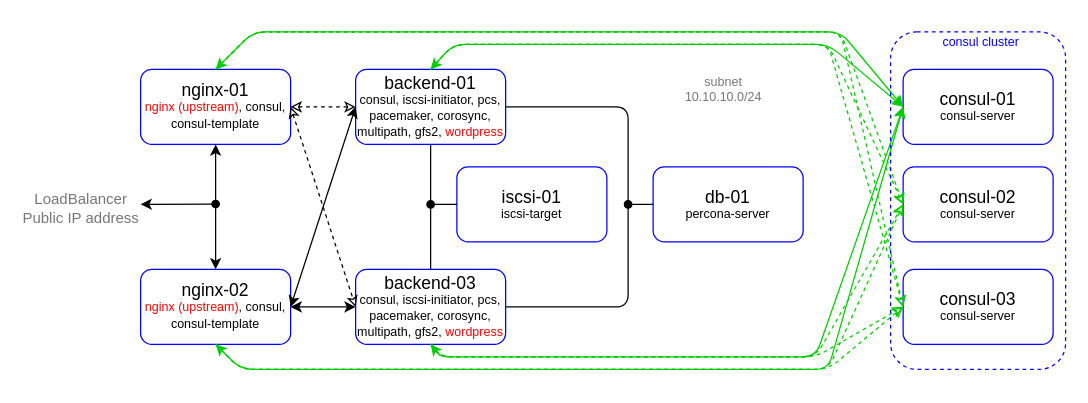
Before: pics/infra.drawio in AlexanderSerg-jun/lab-10, a draw.io diagram. Source tidied: cells renumbered, new cells numbered last; positions are measured from the earlier drawing's top-left corner, leaving out a move shared by most shapes. Both pictures are drawn from the tidied source at 125%, with x=0, y=0 at pixel (80, 31).
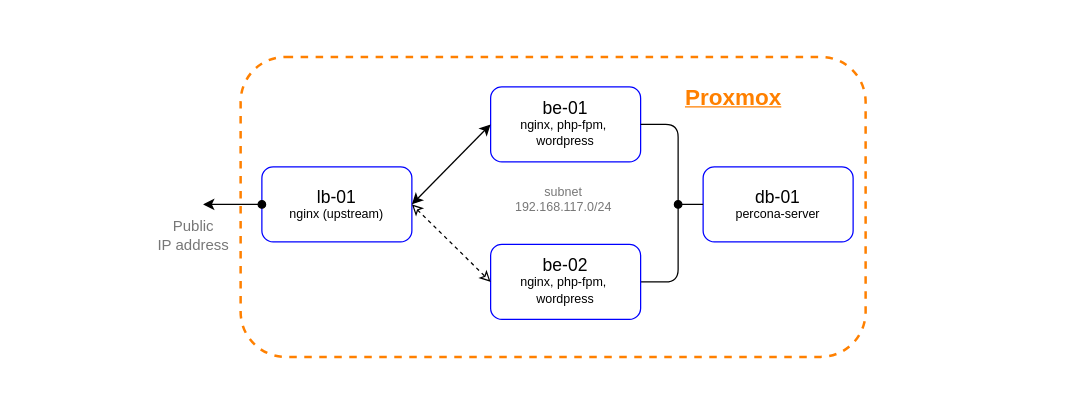
After the change.

Diff of the diagram source:
```diff
@@
+    <mxCell id="38" style="rounded=1;whiteSpace=wrap;html=1;fillColor=none;dashed=1;strokeColor=#FF8000;strokeWidth=2;perimeterSpacing=0;" parent="1" vertex="1">
+      <mxGeometry x="128" y="20" width="500" height="240" as="geometry" />
+    </mxCell>
     <mxCell id="2" value="&lt;p style=&quot;line-height: 100%&quot;&gt;&lt;font&gt;&lt;span style=&quot;font-size: 14px&quot;&gt;db-01&lt;br&gt;&lt;/span&gt;&lt;/font&gt;&lt;span style=&quot;font-size: 10px&quot;&gt;percona-server&lt;/span&gt;&lt;br&gt;&lt;/p&gt;" style="rounded=1;whiteSpace=wrap;html=1;strokeColor=#0000FF;" parent="1" vertex="1">
-      <mxGeometry x="458" y="108" width="120" height="60" as="geometry" />
+      <mxGeometry x="498" y="108" width="120" height="60" as="geometry" />
     </mxCell>
-    <mxCell id="3" value="&lt;p style=&quot;line-height: 100%&quot;&gt;&lt;span style=&quot;font-size: 14px&quot;&gt;backend-01&lt;/span&gt;&lt;br&gt;&lt;span style=&quot;font-size: 10px&quot;&gt;consul, iscsi-initiator, pcs, pacemaker, corosync, multipath, gfs2, &lt;font color=&quot;#ff0000&quot;&gt;wordpress&lt;/font&gt;&lt;/span&gt;&lt;br&gt;&lt;/p&gt;" style="rounded=1;whiteSpace=wrap;html=1;strokeColor=#0000FF;" parent="1" vertex="1">
-      <mxGeometry x="220" y="30" width="120" height="60" as="geometry" />
+    <mxCell id="3" value="&lt;p style=&quot;line-height: 100%&quot;&gt;&lt;span style=&quot;font-size: 14px&quot;&gt;be-01&lt;/span&gt;&lt;br&gt;&lt;span style=&quot;font-size: 10px&quot;&gt;nginx, php-fpm,&amp;nbsp;&lt;br&gt;wordpress&lt;/span&gt;&lt;br&gt;&lt;/p&gt;" style="rounded=1;whiteSpace=wrap;html=1;strokeColor=#0000FF;" parent="1" vertex="1">
+      <mxGeometry x="328" y="44" width="120" height="60" as="geometry" />
     </mxCell>
-    <mxCell id="4" value="&lt;p style=&quot;line-height: 100%&quot;&gt;&lt;span style=&quot;font-size: 14px&quot;&gt;nginx-01&lt;/span&gt;&lt;br&gt;&lt;span style=&quot;font-size: 10px&quot;&gt;&lt;font color=&quot;#ff0000&quot;&gt;nginx (upstream)&lt;/font&gt;, consul, consul-template&lt;/span&gt;&lt;/p&gt;" style="rounded=1;whiteSpace=wrap;html=1;strokeColor=#0000FF;" parent="1" vertex="1">
-      <mxGeometry x="48" y="30" width="120" height="60" as="geometry" />
-    </mxCell>
     <mxCell id="5" style="endArrow=oval;html=1;rounded=0;exitX=0;exitY=0.5;exitDx=0;exitDy=0;startArrow=none;startFill=0;endFill=1;" parent="1" edge="1" source="2">
       <mxGeometry relative="1" as="geometry">
-        <mxPoint x="438" y="138" as="targetPoint" />
+        <mxPoint x="478" y="138" as="targetPoint" />
       </mxGeometry>
     </mxCell>
     <mxCell id="6" style="endArrow=none;html=1;rounded=1;exitX=1;exitY=0.5;exitDx=0;exitDy=0;" parent="1" edge="1" source="8">
       <mxGeometry relative="1" as="geometry">
-        <mxPoint x="438" y="140" as="targetPoint" />
+        <mxPoint x="478" y="140" as="targetPoint" />
         <Array as="points">
-          <mxPoint x="438" y="220" />
+          <mxPoint x="478" y="200" />
         </Array>
       </mxGeometry>
     </mxCell>
     <mxCell id="7" style="endArrow=none;html=1;rounded=1;entryX=1;entryY=0.5;entryDx=0;entryDy=0;" parent="1" edge="1" target="3">
       <mxGeometry relative="1" as="geometry">
-        <mxPoint x="438" y="140" as="sourcePoint" />
+        <mxPoint x="478" y="140" as="sourcePoint" />
         <Array as="points">
-          <mxPoint x="438" y="60" />
+          <mxPoint x="478" y="74" />
         </Array>
       </mxGeometry>
     </mxCell>
-    <mxCell id="8" value="&lt;p style=&quot;line-height: 100%&quot;&gt;&lt;span style=&quot;font-size: 14px&quot;&gt;backend-03&lt;/span&gt;&lt;br&gt;&lt;span style=&quot;font-size: 10px&quot;&gt;consul, iscsi-initiator, pcs, pacemaker, corosync, multipath, gfs2, &lt;font color=&quot;#ff0000&quot;&gt;wordpress&lt;/font&gt;&lt;/span&gt;&lt;br&gt;&lt;/p&gt;" style="rounded=1;whiteSpace=wrap;html=1;strokeColor=#0000FF;" parent="1" vertex="1">
-      <mxGeometry x="220" y="190" width="120" height="60" as="geometry" />
+    <mxCell id="8" value="&lt;p style=&quot;line-height: 100%&quot;&gt;&lt;span style=&quot;font-size: 14px&quot;&gt;be-02&lt;/span&gt;&lt;br&gt;&lt;span style=&quot;font-size: 10px&quot;&gt;nginx, php-fpm,&amp;nbsp;&lt;br&gt;wordpress&lt;/span&gt;&lt;br&gt;&lt;/p&gt;" style="rounded=1;whiteSpace=wrap;html=1;strokeColor=#0000FF;" parent="1" vertex="1">
+      <mxGeometry x="328" y="170" width="120" height="60" as="geometry" />
     </mxCell>
-    <mxCell id="9" value="&lt;font style=&quot;font-size: 10px&quot;&gt;subnet&lt;br&gt;10.10.10.0/24&lt;/font&gt;" style="edgeLabel;html=1;align=center;verticalAlign=middle;fontSize=8;fontColor=#777777;" parent="1" vertex="1">
-      <mxGeometry x="518" y="47" as="geometry">
-        <mxPoint x="-5" y="-2" as="offset" />
+    <mxCell id="9" value="&lt;font style=&quot;font-size: 10px&quot;&gt;subnet&lt;br&gt;192.168.117.0/24&lt;/font&gt;" style="edgeLabel;html=1;align=center;verticalAlign=middle;fontSize=8;fontColor=#777777;" parent="1" vertex="1">
+      <mxGeometry x="388" y="138" as="geometry">
+        <mxPoint x="-3" y="-5" as="offset" />
       </mxGeometry>
     </mxCell>
-    <mxCell id="10" value="&lt;p style=&quot;line-height: 100%&quot;&gt;&lt;span style=&quot;font-size: 14px&quot;&gt;nginx-02&lt;/span&gt;&lt;br&gt;&lt;span style=&quot;font-size: 10px&quot;&gt;&lt;font color=&quot;#ff0000&quot;&gt;nginx (upstream)&lt;/font&gt;, consul, consul-template&lt;/span&gt;&lt;br&gt;&lt;/p&gt;" style="rounded=1;whiteSpace=wrap;html=1;strokeColor=#0000FF;" parent="1" vertex="1">
-      <mxGeometry x="48" y="190" width="120" height="60" as="geometry" />
+    <mxCell id="10" value="&lt;p style=&quot;line-height: 100%&quot;&gt;&lt;span style=&quot;font-size: 14px&quot;&gt;lb-01&lt;/span&gt;&lt;br&gt;&lt;span style=&quot;font-size: 10px&quot;&gt;nginx (upstream)&lt;/span&gt;&lt;br&gt;&lt;/p&gt;" style="rounded=1;whiteSpace=wrap;html=1;strokeColor=#0000FF;" parent="1" vertex="1">
+      <mxGeometry x="145" y="108" width="120" height="60" as="geometry" />
     </mxCell>
-    <mxCell id="11" style="endArrow=classic;startArrow=classic;html=1;exitX=0.5;exitY=0;exitDx=0;exitDy=0;entryX=0.5;entryY=1;entryDx=0;entryDy=0;" parent="1" edge="1" source="10" target="4">
-      <mxGeometry relative="1" as="geometry" />
-    </mxCell>
-    <mxCell id="12" style="endArrow=oval;html=1;startArrow=classic;startFill=1;endFill=1;" parent="1" edge="1">
+    <mxCell id="12" style="endArrow=oval;html=1;startArrow=classic;startFill=1;endFill=1;entryX=0;entryY=0.5;entryDx=0;entryDy=0;" parent="1" edge="1" target="10">
       <mxGeometry relative="1" as="geometry">
-        <mxPoint x="48" y="138" as="sourcePoint" />
-        <mxPoint x="108" y="137.7" as="targetPoint" />
+        <mxPoint x="98" y="138" as="sourcePoint" />
       </mxGeometry>
     </mxCell>
-    <mxCell id="13" style="endArrow=classic;startArrow=classic;html=1;exitX=1;exitY=0.5;exitDx=0;exitDy=0;entryX=0;entryY=0.5;entryDx=0;entryDy=0;" parent="1" edge="1" source="10" target="8">
-      <mxGeometry relative="1" as="geometry" />
-    </mxCell>
@@
-    <mxCell id="15" style="endArrow=classic;dashed=1;html=1;exitX=1;exitY=0.5;exitDx=0;exitDy=0;entryX=0;entryY=0.5;entryDx=0;entryDy=0;startArrow=classic;startFill=0;endFill=0;" parent="1" edge="1" source="4" target="3">
-      <mxGeometry relative="1" as="geometry" />
-    </mxCell>
-    <mxCell id="16" style="endArrow=classic;dashed=1;html=1;exitX=1;exitY=0.5;exitDx=0;exitDy=0;entryX=0;entryY=0.5;entryDx=0;entryDy=0;startArrow=classic;startFill=0;endFill=0;" parent="1" edge="1" source="4" target="8">
+    <mxCell id="16" style="endArrow=classic;dashed=1;html=1;exitX=1;exitY=0.5;exitDx=0;exitDy=0;entryX=0;entryY=0.5;entryDx=0;entryDy=0;startArrow=classic;startFill=0;endFill=0;" parent="1" edge="1" source="10" target="8">
       <mxGeometry relative="1" as="geometry" />
     </mxCell>
-    <mxCell id="17" value="&lt;p style=&quot;line-height: 100%&quot;&gt;&lt;span style=&quot;font-size: 14px&quot;&gt;iscsi-01&lt;/span&gt;&lt;br&gt;&lt;span style=&quot;font-size: 10px&quot;&gt;iscsi-target&lt;/span&gt;&lt;br&gt;&lt;/p&gt;" style="rounded=1;whiteSpace=wrap;html=1;strokeColor=#0000FF;" parent="1" vertex="1">
-      <mxGeometry x="301" y="108" width="120" height="60" as="geometry" />
-    </mxCell>
-    <mxCell id="18" style="endArrow=none;html=1;strokeColor=#000000;exitX=0.5;exitY=0;exitDx=0;exitDy=0;entryX=0.5;entryY=1;entryDx=0;entryDy=0;" parent="1" edge="1" source="8" target="3">
-      <mxGeometry relative="1" as="geometry" />
-    </mxCell>
-    <mxCell id="19" style="endArrow=none;html=1;strokeColor=#000000;entryX=0;entryY=0.5;entryDx=0;entryDy=0;startArrow=oval;startFill=1;" parent="1" edge="1" target="17">
-      <mxGeometry relative="1" as="geometry">
-        <mxPoint x="280" y="138" as="sourcePoint" />
-      </mxGeometry>
-    </mxCell>
-    <mxCell id="20" value="&lt;font style=&quot;font-size: 12px&quot;&gt;LoadBalancer&lt;br&gt;Public IP address&lt;/font&gt;" style="edgeLabel;html=1;align=center;verticalAlign=middle;fontSize=8;fontColor=#777777;" parent="1" vertex="1">
-      <mxGeometry y="138" as="geometry">
+    <mxCell id="20" value="&lt;font style=&quot;font-size: 12px&quot;&gt;Public &lt;br&gt;IP address&lt;/font&gt;" style="edgeLabel;html=1;align=center;verticalAlign=middle;fontSize=8;fontColor=#777777;" parent="1" vertex="1">
+      <mxGeometry x="90" y="160" as="geometry">
         <mxPoint x="-1" y="2" as="offset" />
       </mxGeometry>
     </mxCell>
-    <mxCell id="21" value="&lt;p style=&quot;line-height: 100%&quot;&gt;&lt;font&gt;&lt;span style=&quot;font-size: 14px&quot;&gt;consul-02&lt;br&gt;&lt;/span&gt;&lt;/font&gt;&lt;span style=&quot;font-size: 10px&quot;&gt;consul-server&lt;/span&gt;&lt;/p&gt;" style="rounded=1;whiteSpace=wrap;html=1;strokeColor=#0000FF;" parent="1" vertex="1">
-      <mxGeometry x="658" y="108" width="120" height="60" as="geometry" />
-    </mxCell>
-    <mxCell id="22" value="&lt;p style=&quot;line-height: 100%&quot;&gt;&lt;font&gt;&lt;span style=&quot;font-size: 14px&quot;&gt;consul-01&lt;br&gt;&lt;/span&gt;&lt;/font&gt;&lt;span style=&quot;font-size: 10px&quot;&gt;consul-server&lt;/span&gt;&lt;/p&gt;" style="rounded=1;whiteSpace=wrap;html=1;strokeColor=#0000FF;" parent="1" vertex="1">
-      <mxGeometry x="658" y="30" width="120" height="60" as="geometry" />
-    </mxCell>
-    <mxCell id="23" value="&lt;p style=&quot;line-height: 100%&quot;&gt;&lt;font&gt;&lt;span style=&quot;font-size: 14px&quot;&gt;consul-03&lt;br&gt;&lt;/span&gt;&lt;/font&gt;&lt;span style=&quot;font-size: 10px;&quot;&gt;consul-server&lt;/span&gt;&lt;/p&gt;" style="rounded=1;whiteSpace=wrap;html=1;strokeColor=#0000FF;" parent="1" vertex="1">
-      <mxGeometry x="658" y="190" width="120" height="60" as="geometry" />
-    </mxCell>
-    <mxCell id="24" style="endArrow=classic;html=1;exitX=0.5;exitY=0;exitDx=0;exitDy=0;entryX=0;entryY=0.5;entryDx=0;entryDy=0;strokeColor=#00CC00;startArrow=classic;startFill=1;" parent="1" edge="1" source="4" target="22">
-      <mxGeometry relative="1" as="geometry">
-        <Array as="points">
-          <mxPoint x="138" />
-          <mxPoint x="608" />
-        </Array>
-      </mxGeometry>
-    </mxCell>
-    <mxCell id="25" style="endArrow=classic;html=1;exitX=0.5;exitY=1;exitDx=0;exitDy=0;entryX=0;entryY=0.5;entryDx=0;entryDy=0;strokeColor=#00CC00;startArrow=classic;startFill=1;" parent="1" edge="1" source="10" target="22">
-      <mxGeometry relative="1" as="geometry">
-        <Array as="points">
-          <mxPoint x="128" y="270" />
-          <mxPoint x="598" y="270" />
-        </Array>
-      </mxGeometry>
-    </mxCell>
-    <mxCell id="26" style="endArrow=classic;html=1;exitX=0.5;exitY=0;exitDx=0;exitDy=0;strokeColor=#00CC00;entryX=0;entryY=0.5;entryDx=0;entryDy=0;startArrow=classic;startFill=1;" parent="1" edge="1" source="3" target="22">
-      <mxGeometry relative="1" as="geometry">
-        <Array as="points">
-          <mxPoint x="298" y="10" />
-          <mxPoint x="598" y="10" />
-        </Array>
-      </mxGeometry>
-    </mxCell>
-    <mxCell id="27" style="endArrow=classic;html=1;exitX=0.5;exitY=1;exitDx=0;exitDy=0;strokeColor=#00CC00;entryX=0;entryY=0.5;entryDx=0;entryDy=0;startArrow=classic;startFill=1;" parent="1" edge="1" source="8" target="22">
-      <mxGeometry relative="1" as="geometry">
-        <Array as="points">
-          <mxPoint x="288" y="260" />
-          <mxPoint x="588" y="260" />
-        </Array>
-      </mxGeometry>
-    </mxCell>
-    <mxCell id="28" style="endArrow=classic;html=1;exitX=0.5;exitY=0;exitDx=0;exitDy=0;entryX=0;entryY=0.5;entryDx=0;entryDy=0;strokeColor=#00CC00;dashed=1;endFill=0;" parent="1" edge="1" target="21">
-      <mxGeometry relative="1" as="geometry">
-        <mxPoint x="108" y="30" as="sourcePoint" />
-        <Array as="points">
-          <mxPoint x="138" />
-          <mxPoint x="608" />
-        </Array>
-      </mxGeometry>
-    </mxCell>
-    <mxCell id="29" style="endArrow=classic;html=1;exitX=0.5;exitY=0;exitDx=0;exitDy=0;entryX=0;entryY=0.5;entryDx=0;entryDy=0;strokeColor=#00CC00;dashed=1;endFill=0;" parent="1" edge="1" target="23">
-      <mxGeometry relative="1" as="geometry">
-        <mxPoint x="108" y="30" as="sourcePoint" />
-        <Array as="points">
-          <mxPoint x="138" />
-          <mxPoint x="608" />
-        </Array>
-      </mxGeometry>
-    </mxCell>
-    <mxCell id="30" style="endArrow=classic;html=1;exitX=0.5;exitY=0;exitDx=0;exitDy=0;strokeColor=#00CC00;dashed=1;endFill=0;entryX=0;entryY=0.5;entryDx=0;entryDy=0;" parent="1" edge="1" target="21">
-      <mxGeometry relative="1" as="geometry">
-        <mxPoint x="280" y="30" as="sourcePoint" />
-        <Array as="points">
-          <mxPoint x="298" y="10" />
-          <mxPoint x="598" y="10" />
-        </Array>
-      </mxGeometry>
-    </mxCell>
-    <mxCell id="31" style="endArrow=classic;html=1;exitX=0.5;exitY=0;exitDx=0;exitDy=0;strokeColor=#00CC00;dashed=1;endFill=0;entryX=0;entryY=0.5;entryDx=0;entryDy=0;" parent="1" edge="1" target="23">
-      <mxGeometry relative="1" as="geometry">
-        <mxPoint x="280" y="30" as="sourcePoint" />
-        <Array as="points">
-          <mxPoint x="298" y="10" />
-          <mxPoint x="598" y="10" />
-        </Array>
-      </mxGeometry>
-    </mxCell>
-    <mxCell id="32" style="endArrow=classic;html=1;exitX=0.5;exitY=1;exitDx=0;exitDy=0;strokeColor=#00CC00;dashed=1;endFill=0;entryX=0;entryY=0.5;entryDx=0;entryDy=0;" parent="1" edge="1" target="21">
-      <mxGeometry relative="1" as="geometry">
-        <mxPoint x="280" y="250" as="sourcePoint" />
-        <Array as="points">
-          <mxPoint x="288" y="260" />
-          <mxPoint x="588" y="260" />
-        </Array>
-      </mxGeometry>
-    </mxCell>
-    <mxCell id="33" style="endArrow=classic;html=1;exitX=0.5;exitY=1;exitDx=0;exitDy=0;strokeColor=#00CC00;dashed=1;endFill=0;entryX=0;entryY=0.5;entryDx=0;entryDy=0;" parent="1" edge="1" target="23">
-      <mxGeometry relative="1" as="geometry">
-        <mxPoint x="281" y="250" as="sourcePoint" />
-        <Array as="points">
-          <mxPoint x="288" y="260" />
-          <mxPoint x="588" y="260" />
-        </Array>
-      </mxGeometry>
-    </mxCell>
-    <mxCell id="34" style="endArrow=classic;html=1;exitX=0.5;exitY=1;exitDx=0;exitDy=0;strokeColor=#00CC00;dashed=1;endFill=0;entryX=0;entryY=0.5;entryDx=0;entryDy=0;" parent="1" edge="1" target="21">
-      <mxGeometry relative="1" as="geometry">
-        <mxPoint x="108" y="250" as="sourcePoint" />
-        <Array as="points">
-          <mxPoint x="128" y="270" />
-          <mxPoint x="598" y="270" />
-        </Array>
-      </mxGeometry>
-    </mxCell>
-    <mxCell id="35" style="endArrow=classic;html=1;exitX=0.5;exitY=1;exitDx=0;exitDy=0;strokeColor=#00CC00;dashed=1;endFill=0;entryX=0;entryY=0.5;entryDx=0;entryDy=0;" parent="1" edge="1" target="23">
-      <mxGeometry relative="1" as="geometry">
-        <mxPoint x="108" y="250" as="sourcePoint" />
-        <Array as="points">
-          <mxPoint x="128" y="270" />
-          <mxPoint x="598" y="270" />
-        </Array>
-      </mxGeometry>
-    </mxCell>
-    <mxCell id="36" style="rounded=1;whiteSpace=wrap;html=1;strokeColor=#0000FF;dashed=1;fillColor=none;" parent="1" vertex="1">
-      <mxGeometry x="648" width="140" height="270" as="geometry" />
-    </mxCell>
-    <mxCell id="37" value="&lt;span style=&quot;font-size: 10px;&quot;&gt;&lt;font color=&quot;#0000ff&quot;&gt;consul cluster&lt;/font&gt;&lt;/span&gt;" style="edgeLabel;html=1;align=center;verticalAlign=middle;fontSize=8;fontColor=#777777;" parent="1" vertex="1">
-      <mxGeometry x="718" y="7" as="geometry">
-        <mxPoint x="1" as="offset" />
-      </mxGeometry>
-    </mxCell>
+    <mxCell id="39" value="&lt;span style=&quot;font-size: 18px;&quot;&gt;Proxmox&lt;/span&gt;" style="edgeLabel;html=1;align=center;verticalAlign=middle;fontSize=18;fontColor=#FF8000;fontStyle=5;" parent="1" vertex="1">
+      <mxGeometry x="512" y="44" as="geometry">
+        <mxPoint x="9" y="8" as="offset" />
+      </mxGeometry>
+    </mxCell>
```
